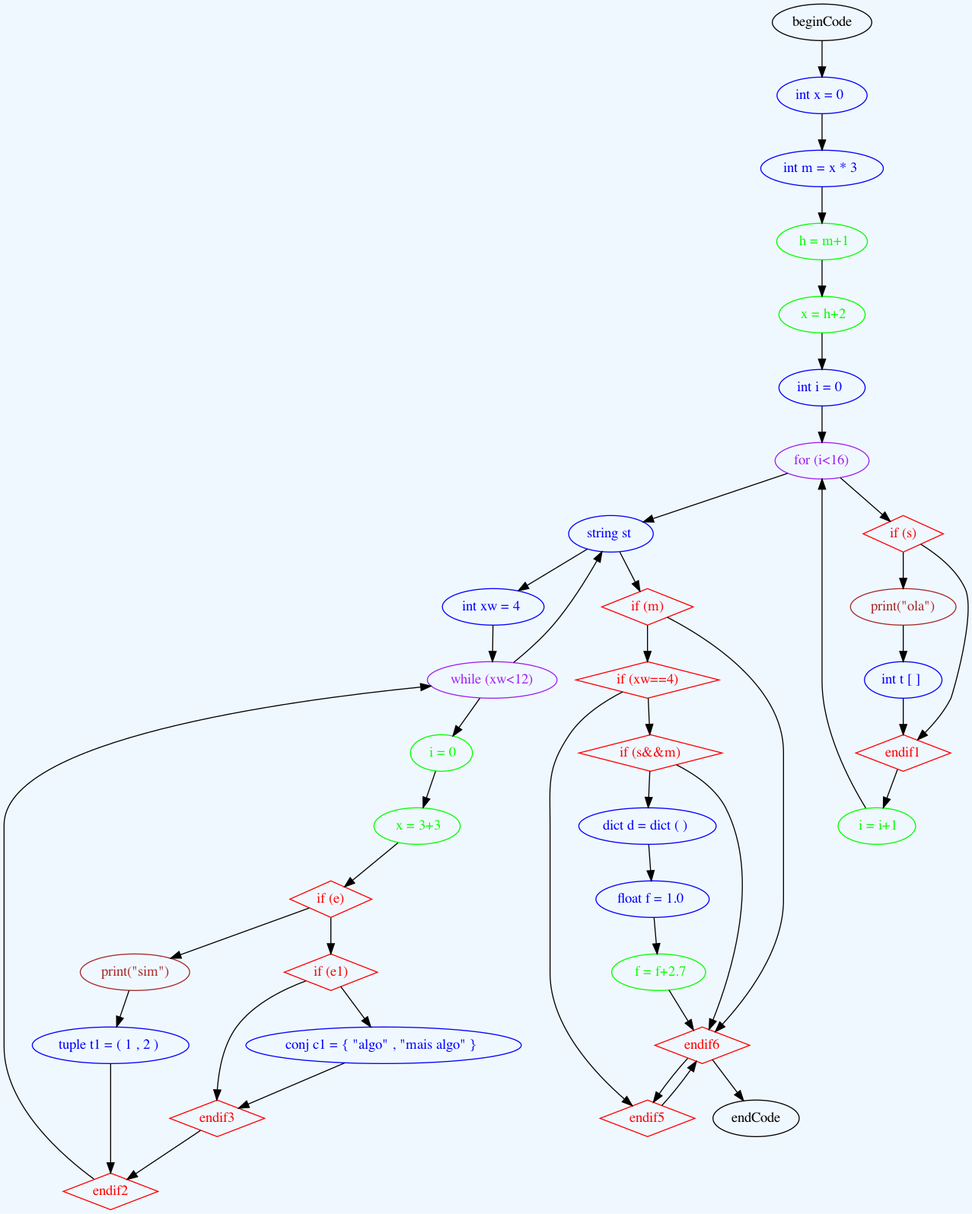
Earlier version of the Graphviz export TP3/doctest-output/grammar.gv.png (saracqueiros/EG22). Its source is kept beside it as TP3/doctest-output/grammar.gv.
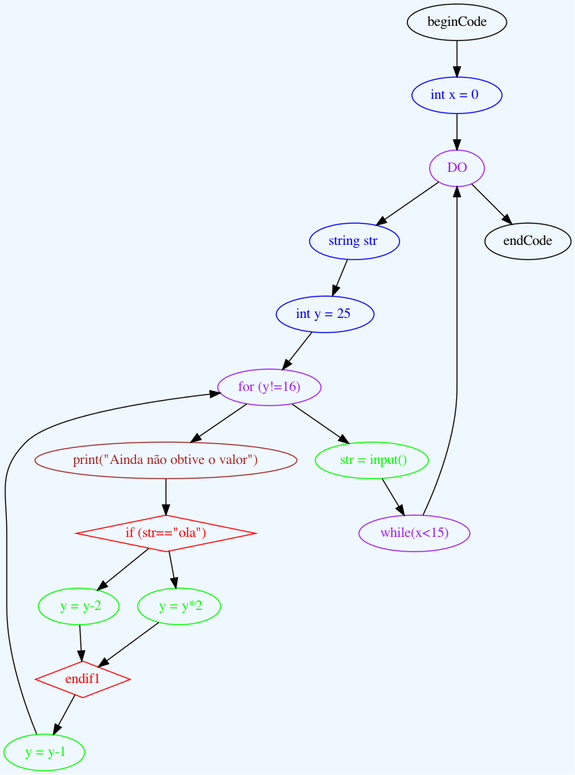
Later version of the same file.

Diff of the diagram source:
```diff
@@ -2,79 +2,33 @@
 	graph [bgcolor=aliceblue rankdir=TB]
 	"int x = 0 " [color=blue fontcolor=blue]
 	beginCode -> "int x = 0 "
-	"int m = x * 3 " [color=blue fontcolor=blue]
-	"int x = 0 " -> "int m = x * 3 "
-	" h = m+1" [color=green fontcolor=green]
-	"int m = x * 3 " -> " h = m+1"
-	" x = h+2" [color=green fontcolor=green]
-	" h = m+1" -> " x = h+2"
-	"int i = 0 " [color=blue fontcolor=blue]
-	" x = h+2" -> "int i = 0 "
-	"for (i<16)" [color=purple fontcolor=purple]
-	"int i = 0 " -> "for (i<16)"
-	" i = i+1" [color=green fontcolor=green]
-	" i = i+1" -> "for (i<16)"
-	"if (s)" [color=red fontcolor=red shape=diamond]
-	"for (i<16)" -> "if (s)"
-	"print(\"ola\")" [color=brown fontcolor=brown]
-	"if (s)" -> "print(\"ola\")"
-	"int t [ ] " [color=blue fontcolor=blue]
-	"print(\"ola\")" -> "int t [ ] "
+	DO [color=purple fontcolor=purple]
+	"int x = 0 " -> DO
+	"string str " [color=blue fontcolor=blue]
+	DO -> "string str "
+	"int y = 25 " [color=blue fontcolor=blue]
+	"string str " -> "int y = 25 "
+	"for (y!=16)" [color=purple fontcolor=purple]
+	"int y = 25 " -> "for (y!=16)"
+	" y = y-1" [color=green fontcolor=green]
+	" y = y-1" -> "for (y!=16)"
+	"print(\"Ainda não obtive o valor\")" [color=brown fontcolor=brown]
+	"for (y!=16)" -> "print(\"Ainda não obtive o valor\")"
+	"if (str==\"ola\")" [color=red fontcolor=red shape=diamond]
+	"print(\"Ainda não obtive o valor\")" -> "if (str==\"ola\")"
+	" y = y-2" [color=green fontcolor=green]
+	"if (str==\"ola\")" -> " y = y-2"
 	endif1 [color=red fontcolor=red shape=diamond]
-	"int t [ ] " -> endif1
+	" y = y-2" -> endif1
+	" y = y*2" [color=green fontcolor=green]
+	"if (str==\"ola\")" -> " y = y*2"
 	endif1 [color=red fontcolor=red shape=diamond]
-	"if (s)" -> endif1
-	endif1 -> " i = i+1"
-	"string st " [color=blue fontcolor=blue]
-	"for (i<16)" -> "string st "
-	"int xw = 4 " [color=blue fontcolor=blue]
-	"string st " -> "int xw = 4 "
-	"while (xw<12)" [color=purple fontcolor=purple]
-	"int xw = 4 " -> "while (xw<12)"
-	" i = 0" [color=green fontcolor=green]
-	"while (xw<12)" -> " i = 0"
-	" x = 3+3" [color=green fontcolor=green]
-	" i = 0" -> " x = 3+3"
-	"if (e)" [color=red fontcolor=red shape=diamond]
-	" x = 3+3" -> "if (e)"
-	"print(\"sim\")" [color=brown fontcolor=brown]
-	"if (e)" -> "print(\"sim\")"
-	"tuple t1 = ( 1 , 2 ) " [color=blue fontcolor=blue]
-	"print(\"sim\")" -> "tuple t1 = ( 1 , 2 ) "
-	endif2 [color=red fontcolor=red shape=diamond]
-	"tuple t1 = ( 1 , 2 ) " -> endif2
-	"if (e1)" [color=red fontcolor=red shape=diamond]
-	"if (e)" -> "if (e1)"
-	"conj c1 = { \"algo\" , \"mais algo\" } " [color=blue fontcolor=blue]
-	"if (e1)" -> "conj c1 = { \"algo\" , \"mais algo\" } "
-	endif3 [color=red fontcolor=red shape=diamond]
-	"conj c1 = { \"algo\" , \"mais algo\" } " -> endif3
-	"if (e1)" -> endif3
-	endif2 [color=red fontcolor=red shape=diamond]
-	endif3 -> endif2
-	endif2 -> "while (xw<12)"
-	"string st " [color=blue fontcolor=blue]
-	"while (xw<12)" -> "string st "
-	"if (m)" [color=red fontcolor=red shape=diamond]
-	"string st " -> "if (m)"
-	"if (xw==4)" [color=red fontcolor=red shape=diamond]
-	"if (m)" -> "if (xw==4)"
-	"if (s&&m)" [color=red fontcolor=red shape=diamond]
-	"if (xw==4)" -> "if (s&&m)"
-	"dict d = dict ( ) " [color=blue fontcolor=blue]
-	"if (s&&m)" -> "dict d = dict ( ) "
-	"float f = 1.0 " [color=blue fontcolor=blue]
-	"dict d = dict ( ) " -> "float f = 1.0 "
-	" f = f+2.7" [color=green fontcolor=green]
-	"float f = 1.0 " -> " f = f+2.7"
-	endif6 [color=red fontcolor=red shape=diamond]
-	" f = f+2.7" -> endif6
-	"if (s&&m)" -> endif6
-	endif5 [color=red fontcolor=red shape=diamond]
-	endif6 -> endif5
-	"if (xw==4)" -> endif5
-	endif6 [color=red fontcolor=red shape=diamond]
-	endif5 -> endif6
-	"if (m)" -> endif6
-	endif6 -> endCode
+	" y = y*2" -> endif1
+	endif1 -> " y = y-1"
+	" str = input()" [color=green fontcolor=green]
+	"for (y!=16)" -> " str = input()"
+	"while(x<15)" [color=purple fontcolor=purple]
+	" str = input()" -> "while(x<15)"
+	"while(x<15)" -> DO
+	DO -> endCode
 }
```
